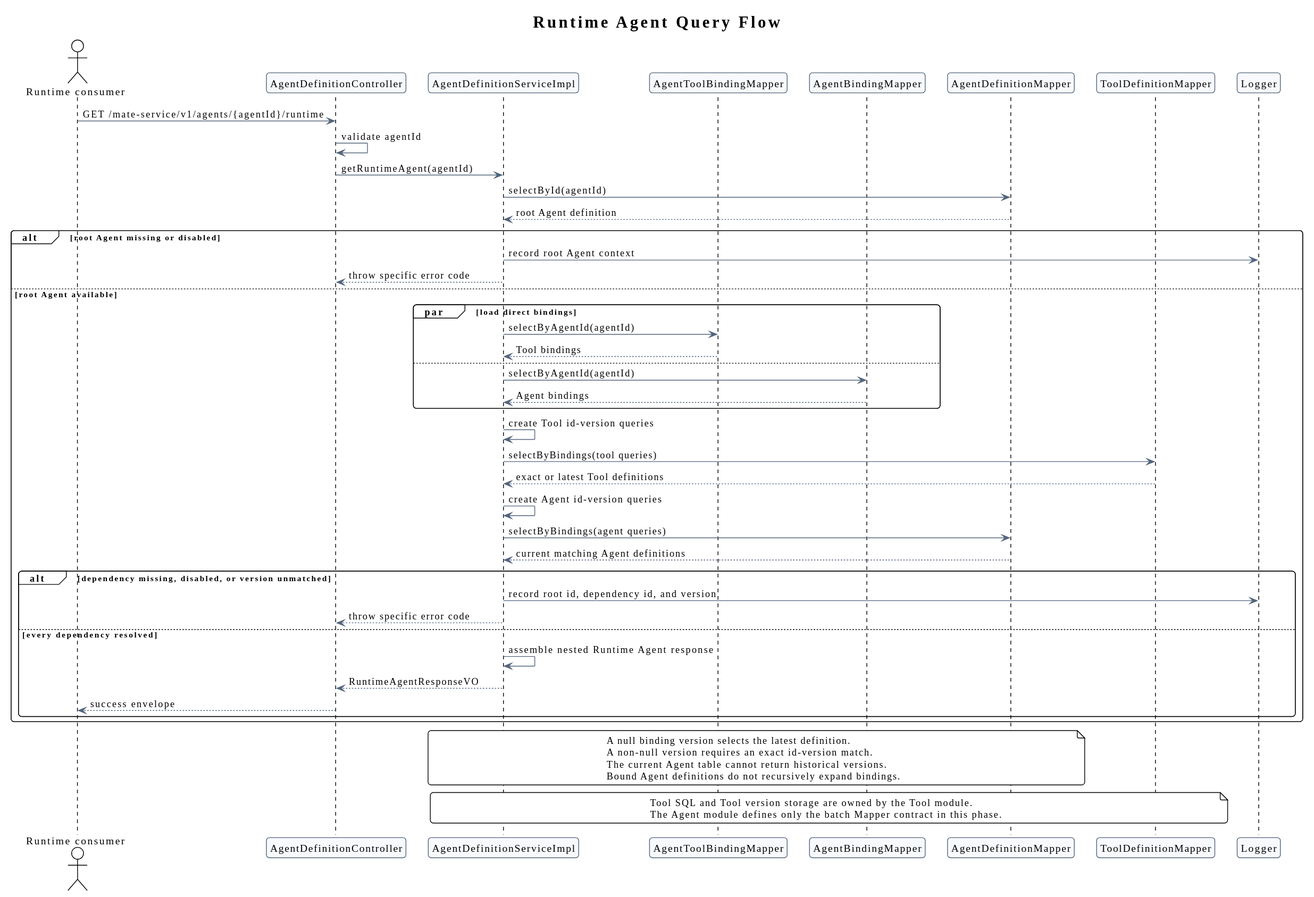
The PlantUML diagram agent-metadata-gaussdb-design/runtime_agent_query_flow.svg in ssm0808/pi-mono-java-design, before a commit.
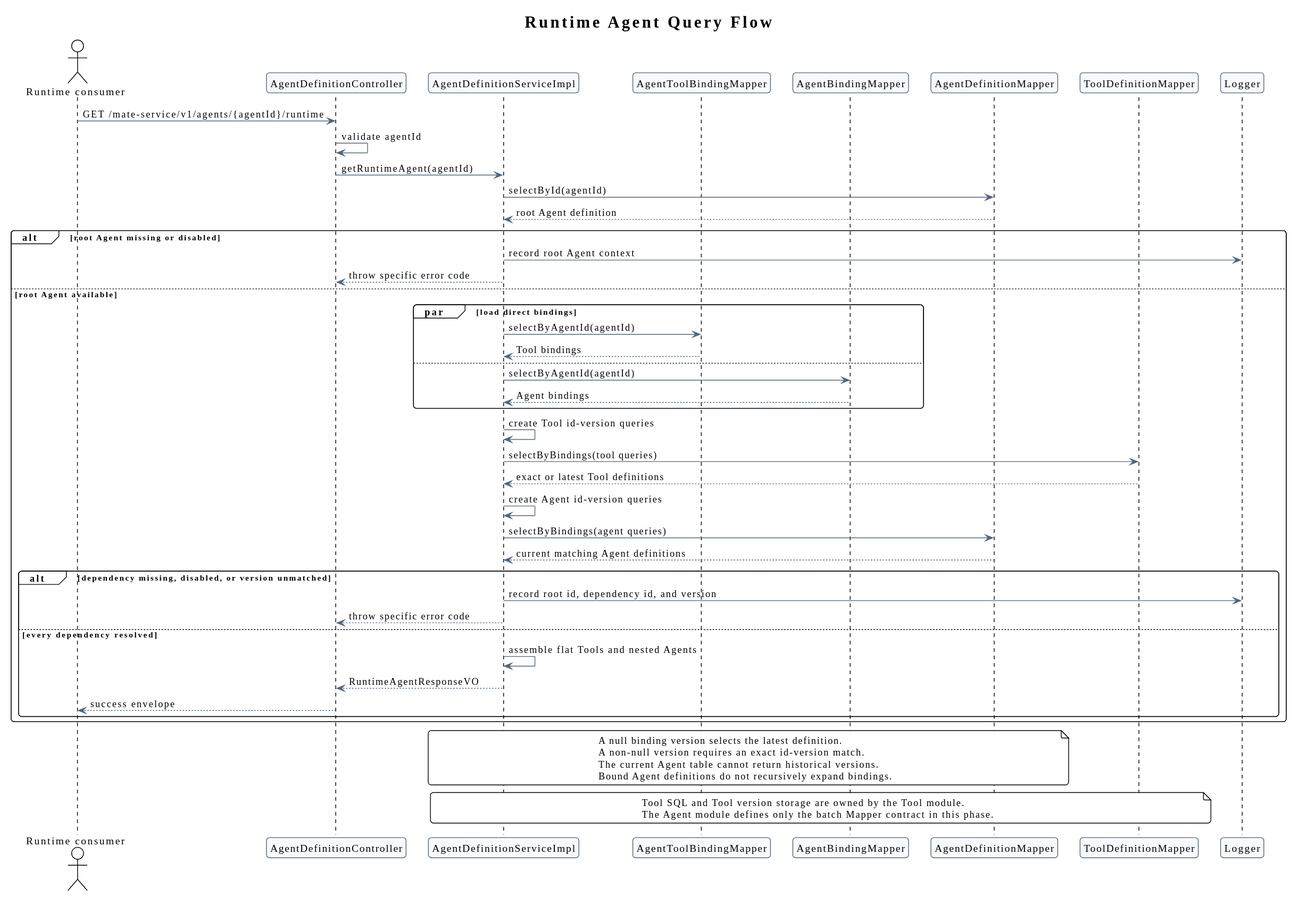
After the change.

Commit message:
docs(agent): flatten runtime tool definitions

The edit, as a diff of the source:
```diff
@@ -49,7 +49,7 @@
     Service -> Logger: record root id, dependency id, and version
     Service --> Controller: throw specific error code
   else every dependency resolved
-    Service -> Service: assemble nested Runtime Agent response
+    Service -> Service: assemble flat Tools and nested Agents
     Service --> Controller: RuntimeAgentResponseVO
     Controller --> Consumer: success envelope
   end
```
